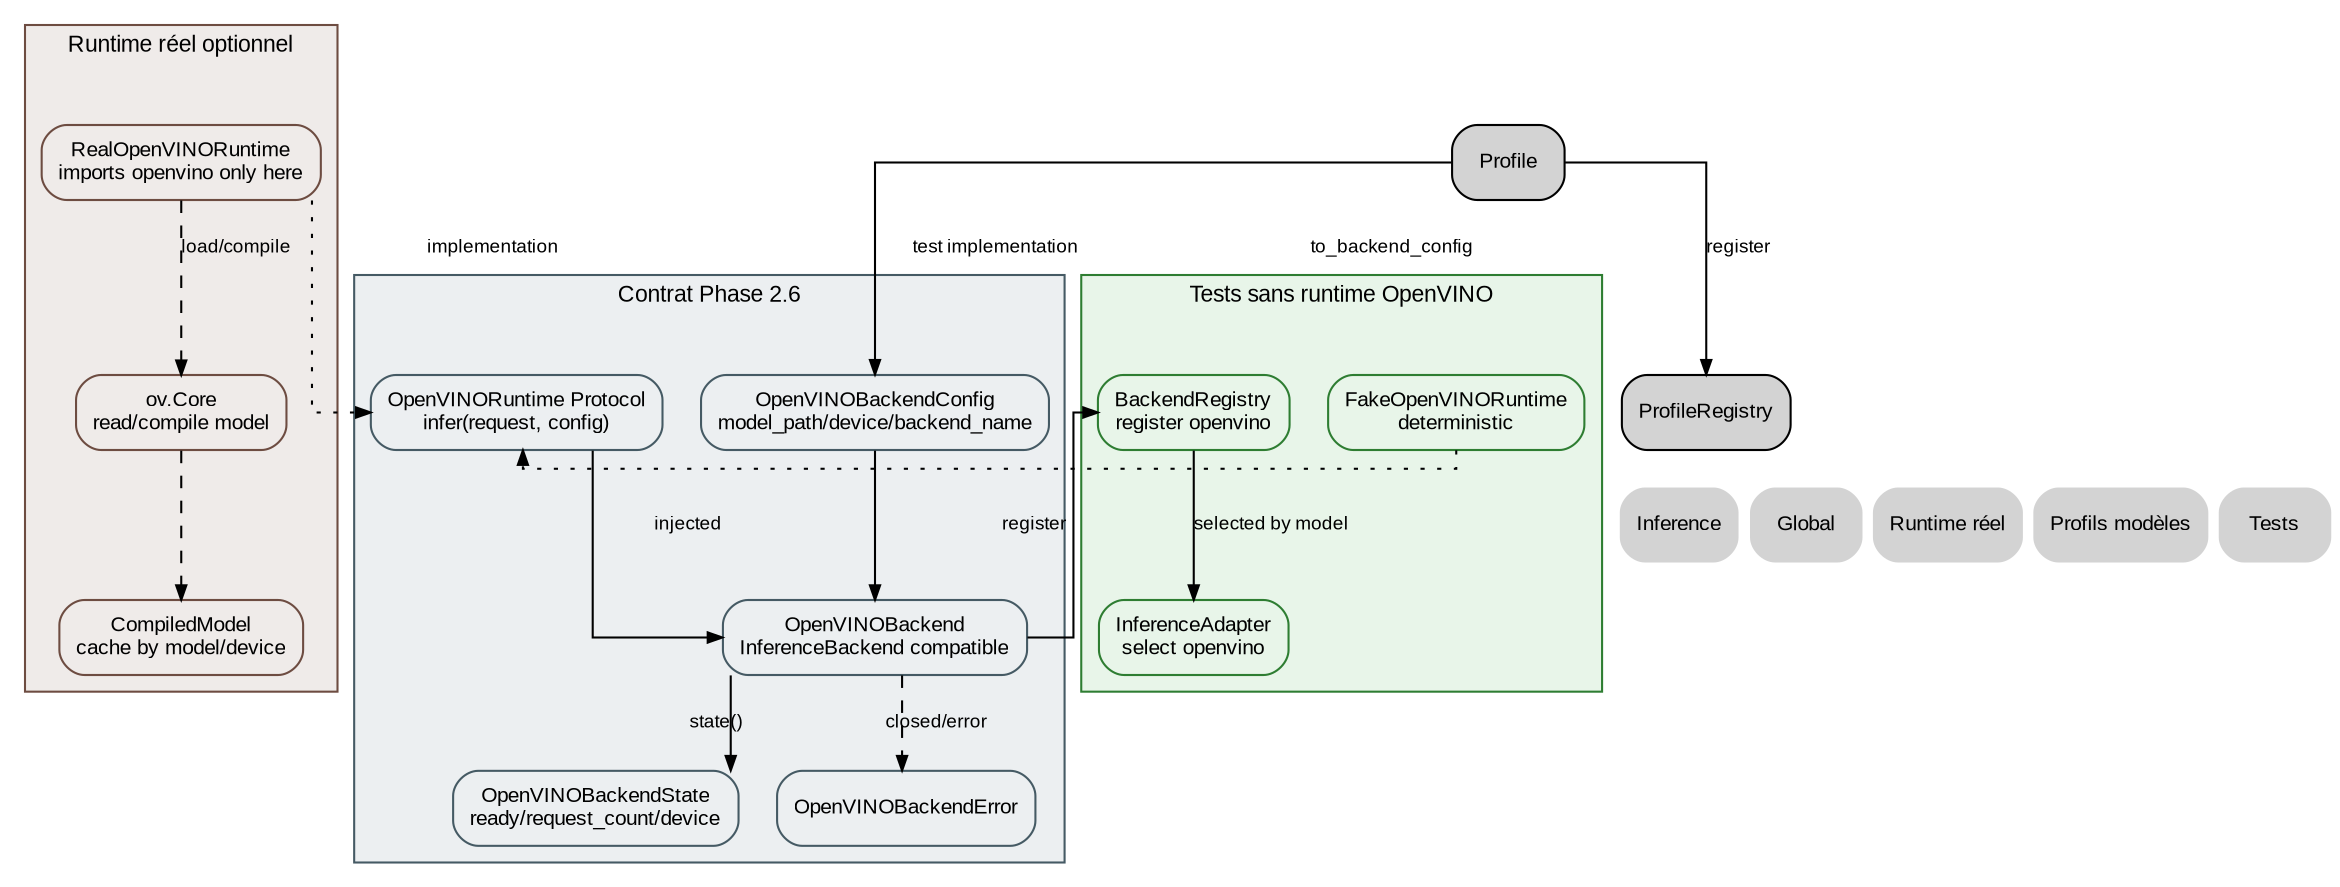
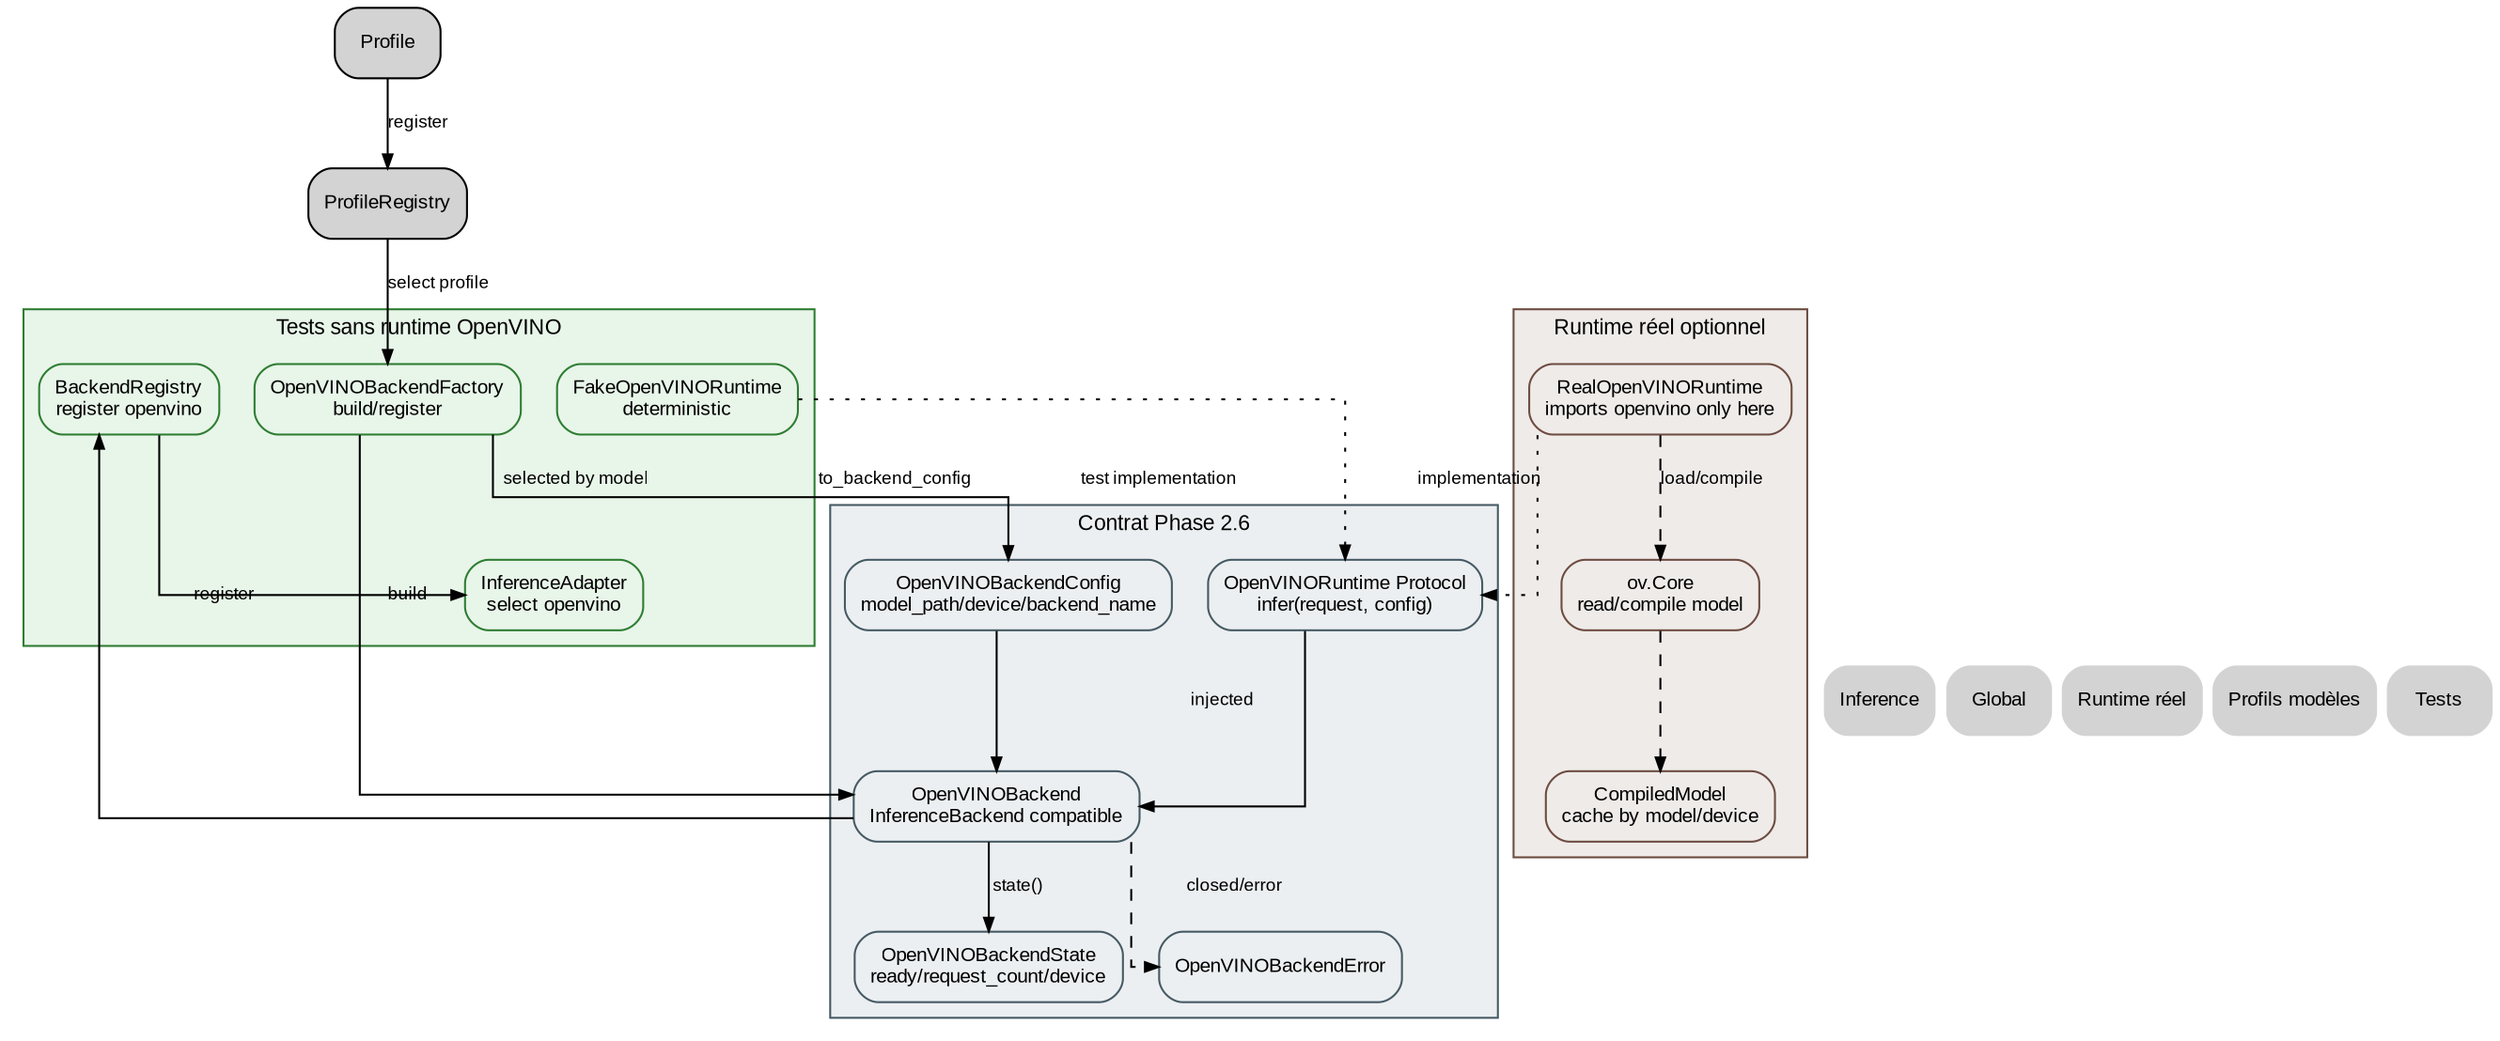
digraph OpenVINOBackend {
    // ROADMAP_ID: inference.openvino_backend
    // ROADMAP_PARENT: inference/40_inference.dot
    // ROADMAP_NOTE[phase2_9]:
    // Cette page décrit la membrane OpenVINOBackend après ajout d'un runtime
    // réel optionnel. OpenVINOBackend ne dépend toujours pas directement du
    // paquet openvino : seul RealOpenVINORuntime l'importe.

    // ROADMAP_NOTE[phase3_0]:
    // OpenVINOBackend peut maintenant recevoir une config produite par un
    // OpenVINOModelProfile, ce qui permet plusieurs modèles sans changer le
    // Scheduler ni BackendRegistry.
+ 
+     // ROADMAP_NOTE[phase3_1]:
+     // La construction du backend depuis un profil passe par
+     // OpenVINOBackendFactory, sans import openvino et sans fallback modèle.

    rankdir=TB;
    splines=ortho;

    graph [fontname="Arial", fontsize=11];
    node [shape=box, style="rounded,filled", fontname="Arial", fontsize=10];
    edge [fontname="Arial", fontsize=9, arrowsize=0.7];

    subgraph cluster_contract {
        label="Contrat Phase 2.6";
        color="#455a64";
        bgcolor="#eceff1";
        node [fillcolor="#eceff1", color="#455a64"];

        Config [label="OpenVINOBackendConfig\nmodel_path/device/backend_name"];
        Runtime [label="OpenVINORuntime Protocol\ninfer(request, config)"];
        Backend [label="OpenVINOBackend\nInferenceBackend compatible"];
        State [label="OpenVINOBackendState\nready/request_count/device"];
        Error [label="OpenVINOBackendError"];
    }

    subgraph cluster_test {
        label="Tests sans runtime OpenVINO";
        color="#2e7d32";
        bgcolor="#e8f5e9";
        node [fillcolor="#e8f5e9", color="#2e7d32"];

        FakeRuntime [label="FakeOpenVINORuntime\ndeterministic"];
        Registry [label="BackendRegistry\nregister openvino"];
        Adapter [label="InferenceAdapter\nselect openvino"];
+         Factory [label="OpenVINOBackendFactory\nbuild/register", URL="43_openvino_profiles.svg"];
    }

    subgraph cluster_future {
        label="Runtime réel optionnel";
        color="#6d4c41";
        bgcolor="#efebe9";
        node [fillcolor="#efebe9", color="#6d4c41"];

        RealRuntime [label="RealOpenVINORuntime\nimports openvino only here", URL="42_openvino_runtime.svg"];
        Core [label="ov.Core\nread/compile model"];
        CompiledModel [label="CompiledModel\ncache by model/device"];
    }

    Config -> Backend;
    Runtime -> Backend [label="injected"];
    Backend -> State [label="state()"];
    Backend -> Error [style=dashed, label="closed/error"];

    FakeRuntime -> Runtime [style=dotted, label="test implementation"];
+     Factory -> Backend [label="build"];
    Backend -> Registry [label="register"];
    Registry -> Adapter [label="selected by model"];

    RealRuntime -> Runtime [style=dotted, label="implementation"];
    RealRuntime -> Core [style=dashed, label="load/compile"];
-     Profile -> Config [label="to_backend_config"];
    Profile -> ProfileRegistry [label="register"];
+     ProfileRegistry -> Factory [label="select profile"];
+     Factory -> Config [label="to_backend_config"];
    Core -> CompiledModel [style=dashed];

    Nav_Inference [label="Inference", shape=plaintext, URL="40_inference.svg"];
    Nav_Global [label="Global", shape=plaintext, URL="../00_global.svg"];
    Nav_Runtime [label="Runtime réel", shape=plaintext, URL="42_openvino_runtime.svg"];
    Nav_Profiles [label="Profils modèles", shape=plaintext, URL="43_openvino_profiles.svg"];
    Nav_Tests [label="Tests", shape=plaintext, URL="../tests/80_tests.svg"];

    { rank=sink; Nav_Inference; Nav_Runtime; Nav_Profiles; Nav_Global; Nav_Tests; }
}
